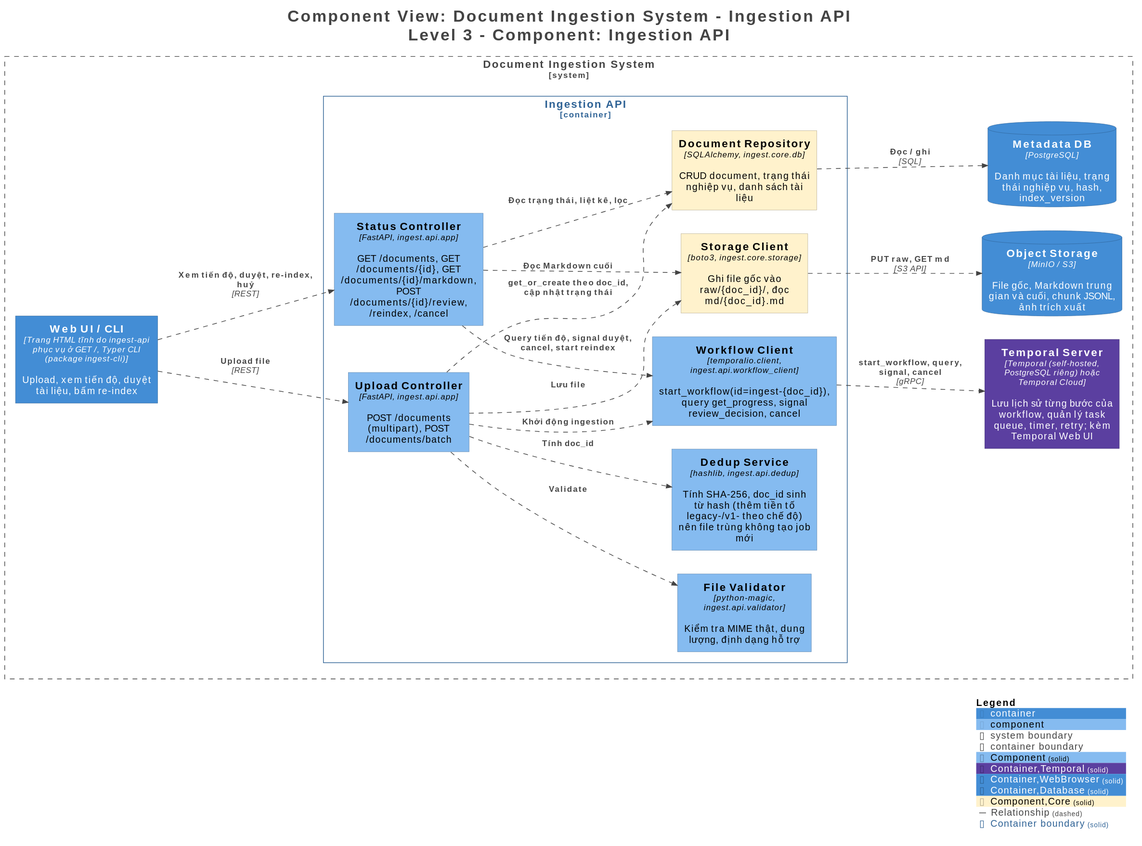
Before: docs/architecture/diagrams/L3-IngestionAPI.svg, a diagram exported from PlantUML (duypon2601/mdDocument).
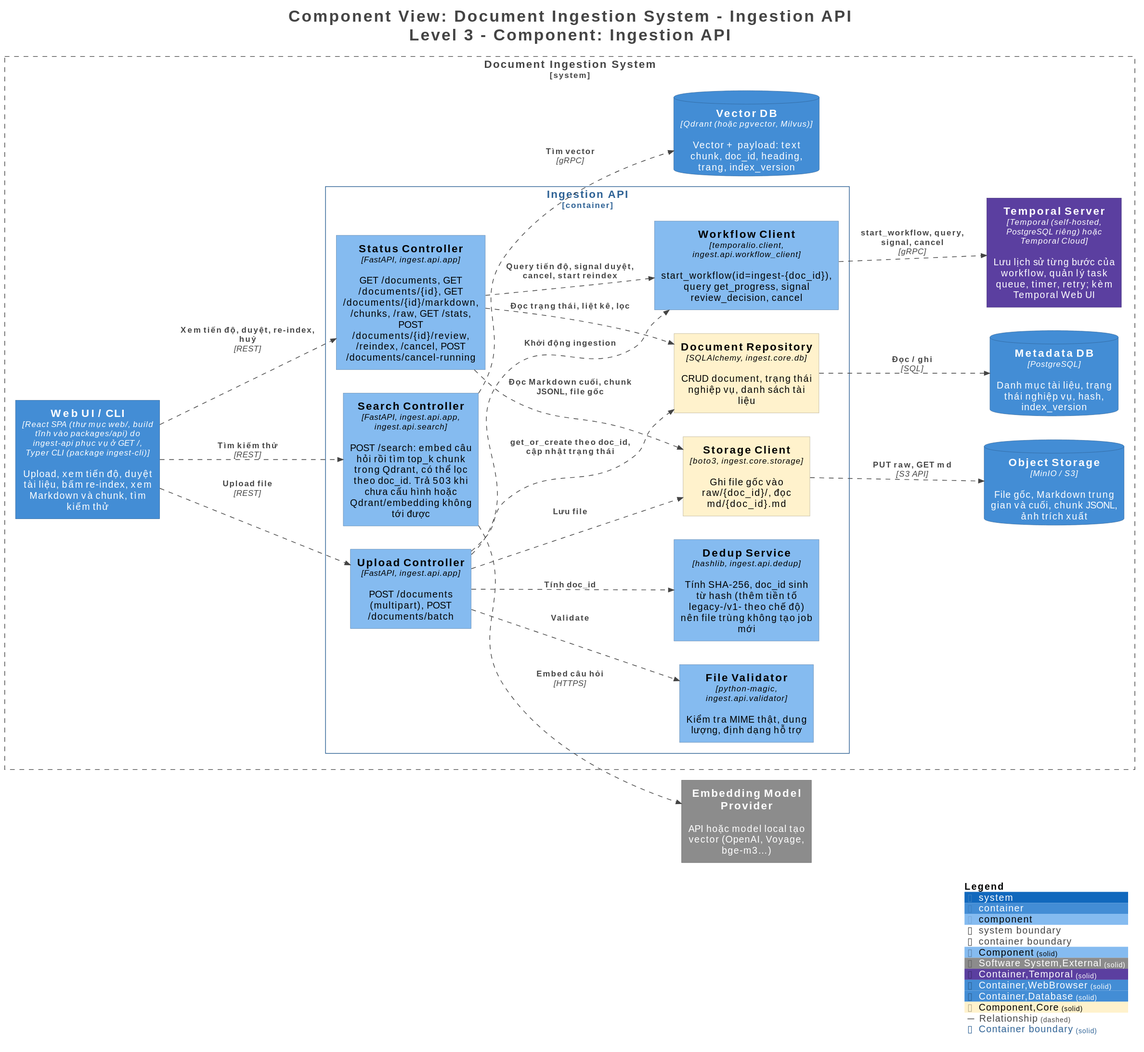
Above is the later version.

Diff of the diagram source:
```diff
@@ -17,6 +17,7 @@
 !include <C4/C4_Component>
 
 AddElementTag("Component", $bgColor="#85bbf0", $borderColor="#5d82a8", $fontColor="#000000", $sprite="", $shadowing="", $borderStyle="solid")
+AddElementTag("Software System,External", $bgColor="#8c8c8c", $borderColor="#626262", $fontColor="#ffffff", $sprite="", $shadowing="", $borderStyle="solid")
 AddElementTag("Container,Temporal", $bgColor="#5b3fa0", $borderColor="#3f2c70", $fontColor="#ffffff", $sprite="", $shadowing="", $borderStyle="solid")
 AddElementTag("Container,WebBrowser", $bgColor="#438dd5", $borderColor="#2e6295", $fontColor="#ffffff", $sprite="", $shadowing="", $borderStyle="solid")
 AddElementTag("Container,Database", $bgColor="#438dd5", $borderColor="#2e6295", $fontColor="#ffffff", $sprite="", $shadowing="", $borderStyle="solid")
@@ -26,10 +27,13 @@
 
 AddBoundaryTag("Container", $bgColor="#ffffff", $borderColor="#2e6295", $fontColor="#2e6295", $shadowing="", $borderStyle="solid")
 
+System(EmbeddingModelProvider, "Embedding Model Provider", $descr="API hoặc model local tạo vector (OpenAI, Voyage, bge-m3…)", $tags="Software System,External", $link="")
+
 System_Boundary("DocumentIngestionSystem_boundary", "Document Ingestion System", $tags="Software System") {
   Container_Boundary("DocumentIngestionSystem.IngestionAPI_boundary", "Ingestion API", $tags="Container") {
     Component(DocumentIngestionSystem.IngestionAPI.UploadController, "Upload Controller", $techn="FastAPI, ingest.api.app", $descr="POST /documents (multipart), POST /documents/batch", $tags="Component", $link="")
-    Component(DocumentIngestionSystem.IngestionAPI.StatusController, "Status Controller", $techn="FastAPI, ingest.api.app", $descr="GET /documents, GET /documents/{id}, GET /documents/{id}/markdown, POST /documents/{id}/review, /reindex, /cancel", $tags="Component", $link="")
+    Component(DocumentIngestionSystem.IngestionAPI.StatusController, "Status Controller", $techn="FastAPI, ingest.api.app", $descr="GET /documents, GET /documents/{id}, GET /documents/{id}/markdown, /chunks, /raw, GET /stats, POST /documents/{id}/review, /reindex, /cancel, POST /documents/cancel-running", $tags="Component", $link="")
+    Component(DocumentIngestionSystem.IngestionAPI.SearchController, "Search Controller", $techn="FastAPI, ingest.api.app, ingest.api.search", $descr="POST /search: embed câu hỏi rồi tìm top_k chunk trong Qdrant, có thể lọc theo doc_id. Trả 503 khi chưa cấu hình hoặc Qdrant/embedding không tới được", $tags="Component", $link="")
     Component(DocumentIngestionSystem.IngestionAPI.FileValidator, "File Validator", $techn="python-magic, ingest.api.validator", $descr="Kiểm tra MIME thật, dung lượng, định dạng hỗ trợ", $tags="Component", $link="")
     Component(DocumentIngestionSystem.IngestionAPI.DedupService, "Dedup Service", $techn="hashlib, ingest.api.dedup", $descr="Tính SHA-256, doc_id sinh từ hash (thêm tiền tố legacy-/v1- theo chế độ) nên file trùng không tạo job mới", $tags="Component", $link="")
     Component(DocumentIngestionSystem.IngestionAPI.StorageClient, "Storage Client", $techn="boto3, ingest.core.storage", $descr="Ghi file gốc vào raw/{doc_id}/, đọc md/{doc_id}.md", $tags="Component,Core", $link="")
@@ -40,18 +44,22 @@
   Container(DocumentIngestionSystem.TemporalServer, "Temporal Server", $techn="Temporal (self-hosted, PostgreSQL riêng) hoặc Temporal Cloud", $descr="Lưu lịch sử từng bước của workflow, quản lý task queue, timer, retry; kèm Temporal Web UI", $tags="Container,Temporal", $link="")
   ContainerDb(DocumentIngestionSystem.ObjectStorage, "Object Storage", $techn="MinIO / S3", $descr="File gốc, Markdown trung gian và cuối, chunk JSONL, ảnh trích xuất", $tags="Container,Database", $link="")
   ContainerDb(DocumentIngestionSystem.MetadataDB, "Metadata DB", $techn="PostgreSQL", $descr="Danh mục tài liệu, trạng thái nghiệp vụ, hash, index_version", $tags="Container,Database", $link="")
-  Container(DocumentIngestionSystem.WebUICLI, "Web UI / CLI", $techn="Trang HTML tĩnh do ingest-api phục vụ ở GET /, Typer CLI (package ingest-cli)", $descr="Upload, xem tiến độ, duyệt tài liệu, bấm re-index", $tags="Container,WebBrowser", $link="")
+  ContainerDb(DocumentIngestionSystem.VectorDB, "Vector DB", $techn="Qdrant (hoặc pgvector, Milvus)", $descr="Vector + payload: text chunk, doc_id, heading, trang, index_version", $tags="Container,Database", $link="")
+  Container(DocumentIngestionSystem.WebUICLI, "Web UI / CLI", $techn="React SPA (thư mục web/, build tĩnh vào packages/api) do ingest-api phục vụ ở GET /, Typer CLI (package ingest-cli)", $descr="Upload, xem tiến độ, duyệt tài liệu, bấm re-index, xem Markdown và chunk, tìm kiếm thử", $tags="Container,WebBrowser", $link="")
 }
 
 Rel(DocumentIngestionSystem.WebUICLI, DocumentIngestionSystem.IngestionAPI.UploadController, "Upload file", $techn="REST", $tags="Relationship", $link="")
 Rel(DocumentIngestionSystem.WebUICLI, DocumentIngestionSystem.IngestionAPI.StatusController, "Xem tiến độ, duyệt, re-index, huỷ", $techn="REST", $tags="Relationship", $link="")
+Rel(DocumentIngestionSystem.WebUICLI, DocumentIngestionSystem.IngestionAPI.SearchController, "Tìm kiếm thử", $techn="REST", $tags="Relationship", $link="")
+Rel(DocumentIngestionSystem.IngestionAPI.SearchController, EmbeddingModelProvider, "Embed câu hỏi", $techn="HTTPS", $tags="Relationship", $link="")
+Rel(DocumentIngestionSystem.IngestionAPI.SearchController, DocumentIngestionSystem.VectorDB, "Tìm vector", $techn="gRPC", $tags="Relationship", $link="")
 Rel(DocumentIngestionSystem.IngestionAPI.UploadController, DocumentIngestionSystem.IngestionAPI.FileValidator, "Validate", $techn="", $tags="Relationship", $link="")
 Rel(DocumentIngestionSystem.IngestionAPI.UploadController, DocumentIngestionSystem.IngestionAPI.DedupService, "Tính doc_id", $techn="", $tags="Relationship", $link="")
 Rel(DocumentIngestionSystem.IngestionAPI.UploadController, DocumentIngestionSystem.IngestionAPI.StorageClient, "Lưu file", $techn="", $tags="Relationship", $link="")
 Rel(DocumentIngestionSystem.IngestionAPI.UploadController, DocumentIngestionSystem.IngestionAPI.DocumentRepository, "get_or_create theo doc_id, cập nhật trạng thái", $techn="", $tags="Relationship", $link="")
 Rel(DocumentIngestionSystem.IngestionAPI.UploadController, DocumentIngestionSystem.IngestionAPI.WorkflowClient, "Khởi động ingestion", $techn="", $tags="Relationship", $link="")
 Rel(DocumentIngestionSystem.IngestionAPI.StatusController, DocumentIngestionSystem.IngestionAPI.DocumentRepository, "Đọc trạng thái, liệt kê, lọc", $techn="", $tags="Relationship", $link="")
-Rel(DocumentIngestionSystem.IngestionAPI.StatusController, DocumentIngestionSystem.IngestionAPI.StorageClient, "Đọc Markdown cuối", $techn="", $tags="Relationship", $link="")
+Rel(DocumentIngestionSystem.IngestionAPI.StatusController, DocumentIngestionSystem.IngestionAPI.StorageClient, "Đọc Markdown cuối, chunk JSONL, file gốc", $techn="", $tags="Relationship", $link="")
 Rel(DocumentIngestionSystem.IngestionAPI.StatusController, DocumentIngestionSystem.IngestionAPI.WorkflowClient, "Query tiến độ, signal duyệt, cancel, start reindex", $techn="", $tags="Relationship", $link="")
 Rel(DocumentIngestionSystem.IngestionAPI.StorageClient, DocumentIngestionSystem.ObjectStorage, "PUT raw, GET md", $techn="S3 API", $tags="Relationship", $link="")
 Rel(DocumentIngestionSystem.IngestionAPI.DocumentRepository, DocumentIngestionSystem.MetadataDB, "Đọc / ghi", $techn="SQL", $tags="Relationship", $link="")
```
